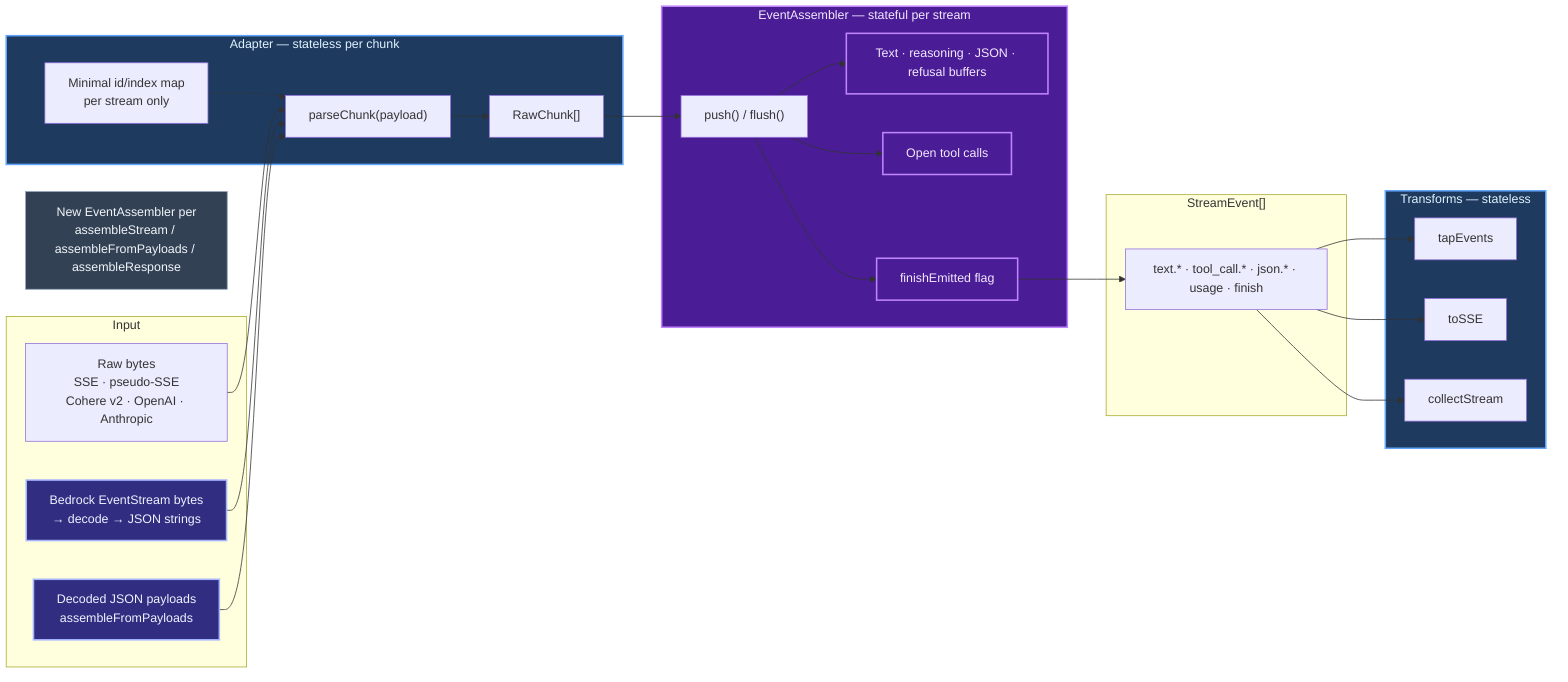
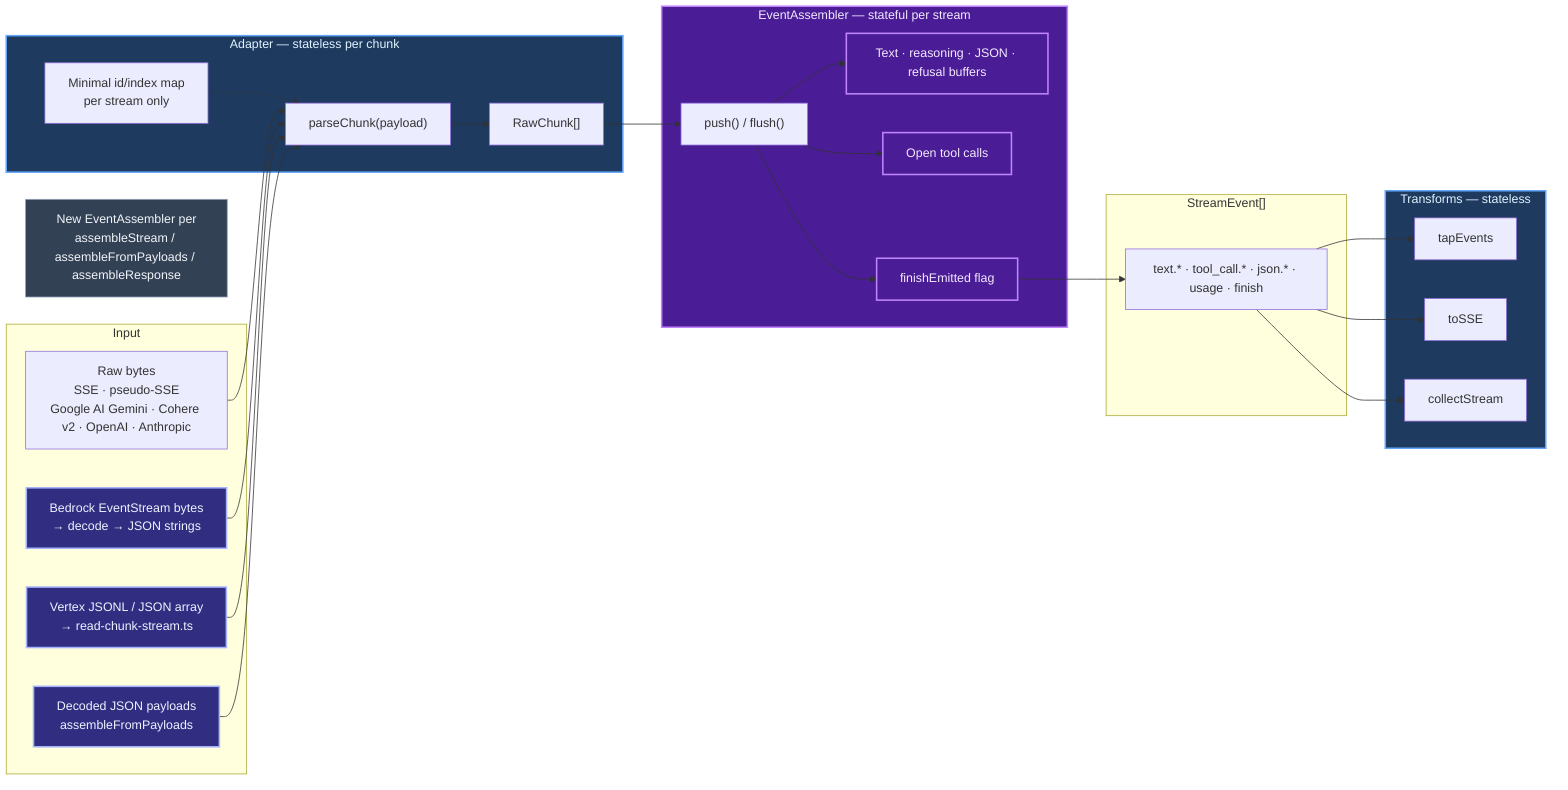
flowchart LR
	subgraph IN["Input"]
- 		BYTES["Raw bytes<br/>SSE · pseudo-SSE<br/>Cohere v2 · OpenAI · Anthropic"]
+ 		BYTES["Raw bytes<br/>SSE · pseudo-SSE<br/>Google AI Gemini · Cohere v2 · OpenAI · Anthropic"]
		BRIN["Bedrock EventStream bytes<br/>→ decode → JSON strings"]
+ 		VXIN["Vertex JSONL / JSON array<br/>→ read-chunk-stream.ts"]
		JSONL["Decoded JSON payloads<br/>assembleFromPayloads"]
	end

	subgraph ADAPTER["Adapter — stateless per chunk"]
		PC["parseChunk(payload)"]
		MAP["Minimal id/index map<br/>per stream only"]
		PC --> RC["RawChunk[]"]
		MAP -.-> PC
	end

	subgraph CORE["EventAssembler — stateful per stream"]
		BUF["Text · reasoning · JSON · refusal buffers"]
		TOOLS["Open tool calls"]
		FIN["finishEmitted flag"]
		RC --> EA["push() / flush()"]
		EA --> BUF
		EA --> TOOLS
		EA --> FIN
	end

	subgraph OUT["StreamEvent[]"]
		EV["text.* · tool_call.* · json.* · usage · finish"]
	end

	subgraph XFORM["Transforms — stateless"]
		TAP["tapEvents"]
		SSE["toSSE"]
		COL["collectStream"]
	end

	BYTES --> PC
	BRIN --> PC
+ 	VXIN --> PC
	JSONL --> PC
	FIN --> EV
	EV --> TAP
	EV --> SSE
	EV --> COL

	NOTE["New EventAssembler per<br/>assembleStream / assembleFromPayloads / assembleResponse"]

	classDef stateless fill:#1e3a5f,stroke:#60a5fa,stroke-width:2px,color:#e0f2fe
	classDef stateful fill:#4a1d96,stroke:#c084fc,stroke-width:2px,color:#f3e8ff
	classDef bedrock fill:#312e81,stroke:#a5b4fc,stroke-width:2px,color:#eef2ff
	classDef note fill:#334155,stroke:#94a3b8,stroke-width:1px,color:#f1f5f9

	class ADAPTER,XFORM stateless
	class CORE,BUF,TOOLS,FIN stateful
- 	class BRIN,JSONL bedrock
+ 	class BRIN,VXIN,JSONL bedrock
	class NOTE note
